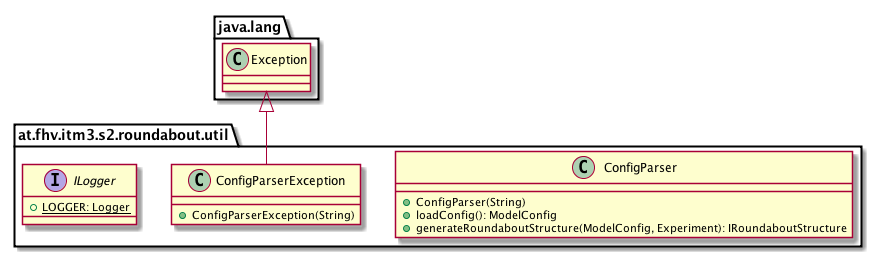
Above: images/uml-class/at.fhv.itm3.s2.roundabout.util.package.png in sereGkaluv/Roundabout-Simulation-Library (PlantUML), before the change.
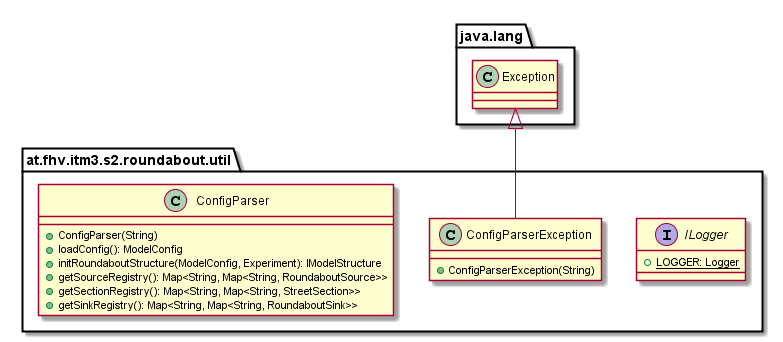
After the commit.

Diff of the diagram source:
```diff
@@ -2,18 +2,21 @@
 
     namespace at.fhv.itm3.s2.roundabout.util {
 
-        class ConfigParser [[../../../../../at/fhv/itm3/s2/roundabout/util/ConfigParser.html]] {
-            +ConfigParser(String)
-            +loadConfig(): ModelConfig
-            +generateRoundaboutStructure(ModelConfig, Experiment): IRoundaboutStructure
+        interface ILogger [[../../../../../at/fhv/itm3/s2/roundabout/util/ILogger.html]] {
+            {static} +LOGGER: Logger
         }
 
         class ConfigParserException [[../../../../../at/fhv/itm3/s2/roundabout/util/ConfigParserException.html]] {
             +ConfigParserException(String)
         }
 
-        interface ILogger [[../../../../../at/fhv/itm3/s2/roundabout/util/ILogger.html]] {
-            {static} +LOGGER: Logger
+        class ConfigParser [[../../../../../at/fhv/itm3/s2/roundabout/util/ConfigParser.html]] {
+            +ConfigParser(String)
+            +loadConfig(): ModelConfig
+            +initRoundaboutStructure(ModelConfig, Experiment): IModelStructure
+            +getSourceRegistry(): Map<String, Map<String, RoundaboutSource>>
+            +getSectionRegistry(): Map<String, Map<String, StreetSection>>
+            +getSinkRegistry(): Map<String, Map<String, RoundaboutSink>>
         }
 
         class java.lang.Exception
```
